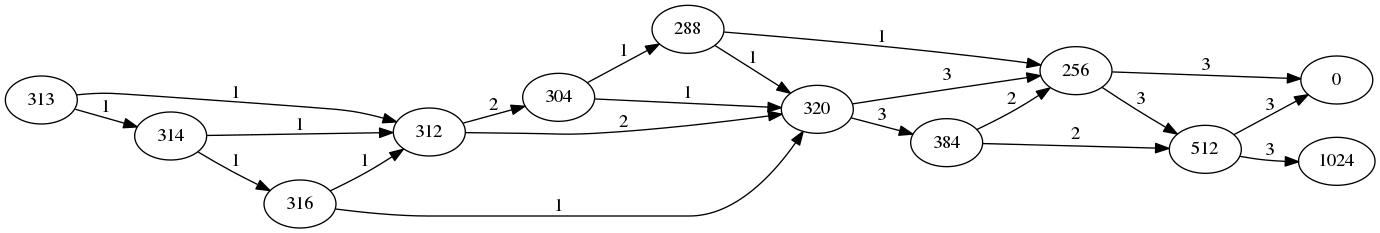
Earlier version of the Graphviz export GuiTool/image/DMRW/DMRWDot.png (iitramar/guiTool). Its source is kept beside it as GuiTool/image/DMRW/DMRWDot.dot.
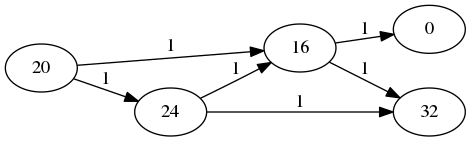
Later version of the same file.

Diff of the diagram source:
```diff
@@ -1,35 +1,14 @@
 digraph DMRW{
 rankdir = LR;
-313 [pos="6,23!"];
-313 -> 312 [label="1"];
-312 [pos="2,21!"];
-312 -> 304 [label="2"];
-304 [pos="2,19!"];
-304 -> 288 [label="1"];
-288 [pos="2,17!"];
-288 -> 256 [label="1"];
-256 [pos="2,15!"];
-256 -> 0 [label="3"];
-0 [pos="2,13!"];
-256 -> 512 [label="3"];
-512 [pos="8,13!"];
-512 -> 0 [label="3"];
-512 -> 1024 [label="3"];
-1024 [pos="8,11!"];
-288 -> 320 [label="1"];
-320 [pos="8,15!"];
-320 -> 256 [label="3"];
-320 -> 384 [label="3"];
-384 [pos="8,13!"];
-384 -> 256 [label="2"];
-384 -> 512 [label="2"];
-304 -> 320 [label="1"];
-312 -> 320 [label="2"];
-313 -> 314 [label="1"];
-314 [pos="8,21!"];
-314 -> 312 [label="1"];
-314 -> 316 [label="1"];
-316 [pos="8,19!"];
-316 -> 312 [label="1"];
-316 -> 320 [label="1"];
+20 [pos="6,23!"];
+20 -> 16 [label="1"];
+16 [pos="2,21!"];
+16 -> 0 [label="1"];
+0 [pos="2,19!"];
+16 -> 32 [label="1"];
+32 [pos="8,19!"];
+20 -> 24 [label="1"];
+24 [pos="8,21!"];
+24 -> 16 [label="1"];
+24 -> 32 [label="1"];
 }
```
